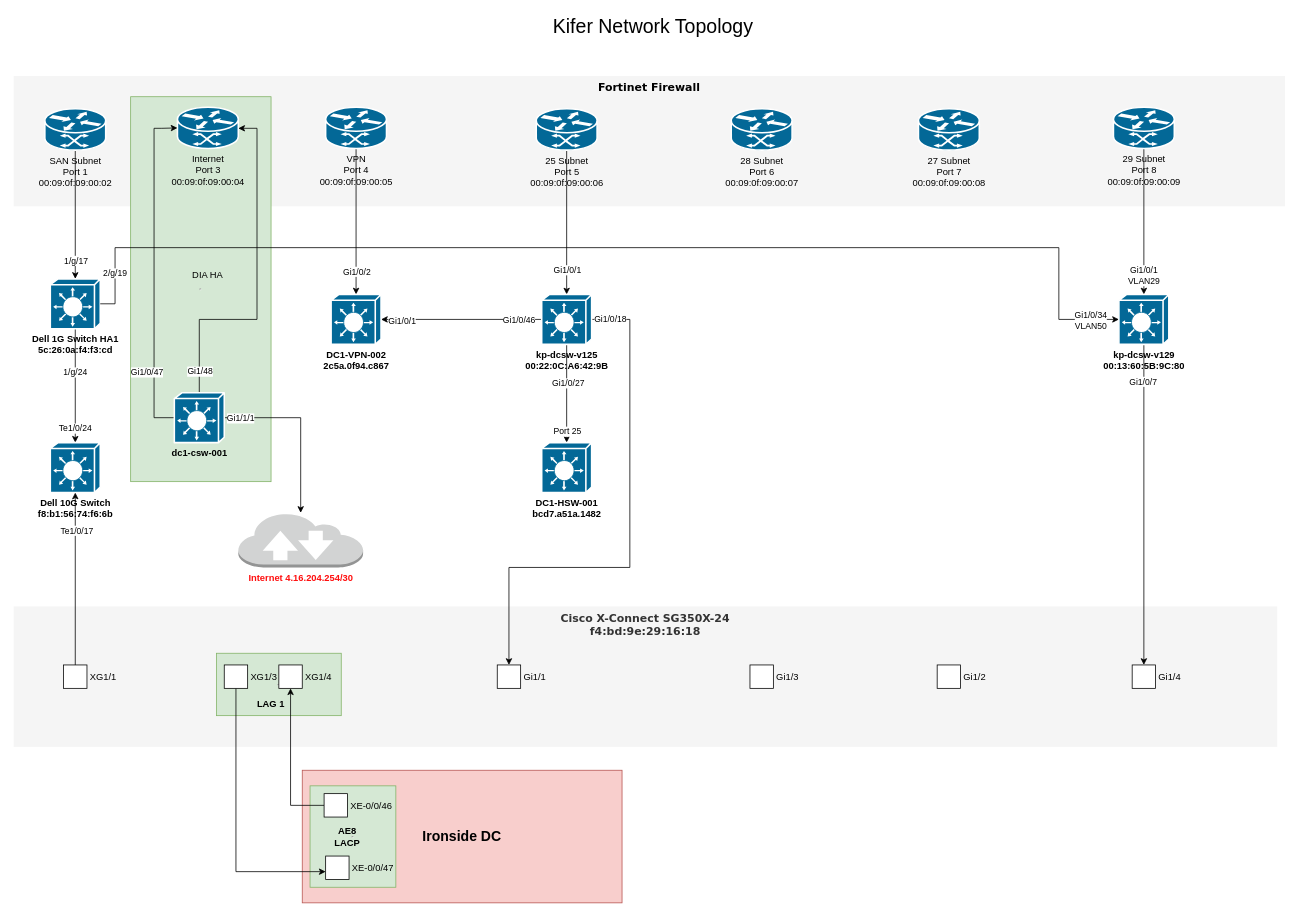
This is Kifer.drawio from nhackl/Draw.io, a draw.io file, before an edit. Source tidied: cells renumbered, new cells numbered last; positions are measured from the earlier drawing's top-left corner, leaving out a move shared by most shapes. Both pictures are drawn from the tidied source at 78%, with x=0, y=0 at pixel (13, 13).
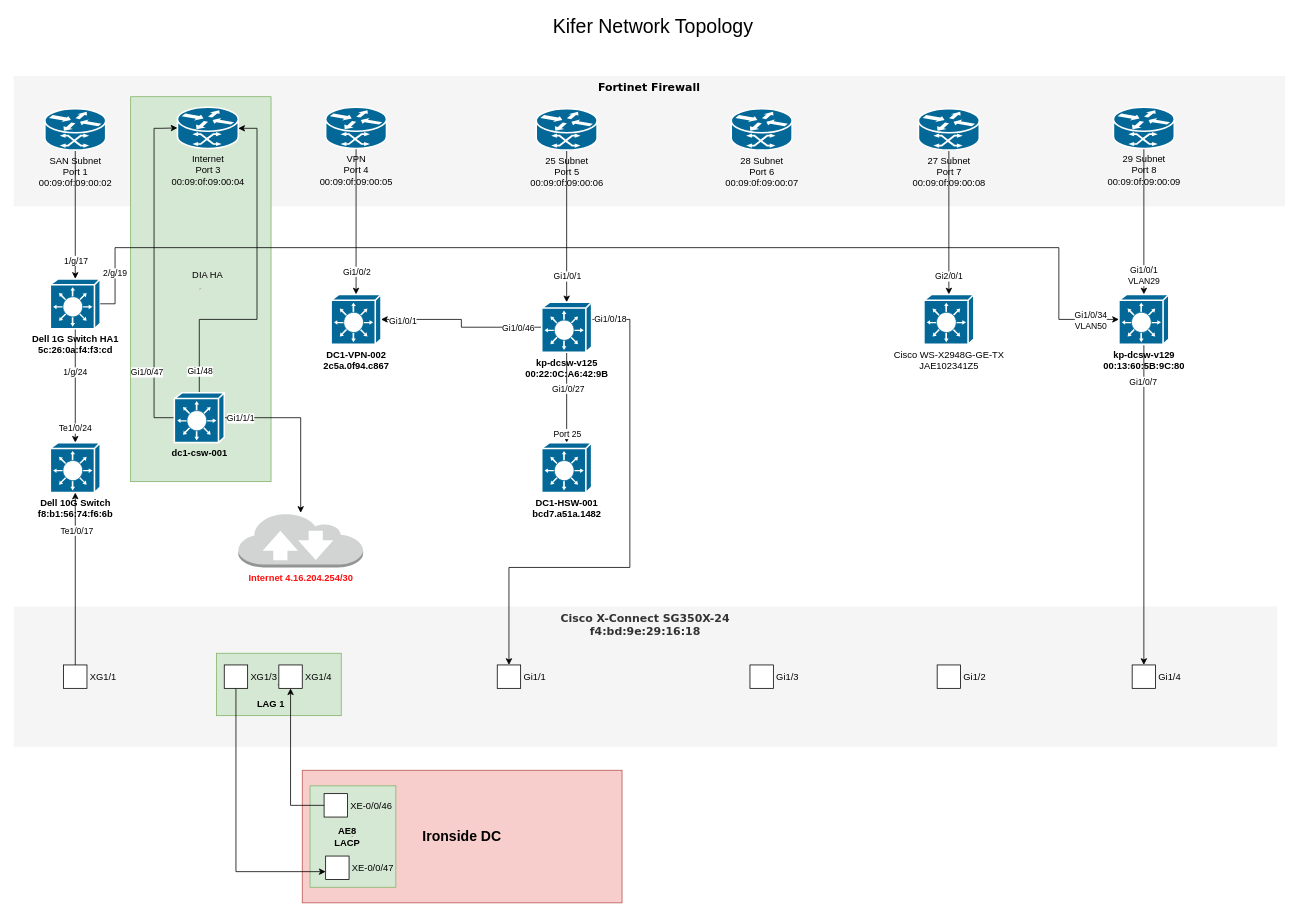
The same diagram, later.

Unchanged cells that the change refers to:
```xml
<mxCell id="11" value="&lt;div&gt;27 Subnet&lt;/div&gt;&lt;div&gt;Port 7&lt;/div&gt;&lt;div&gt;00:09:0f:09:00:08&lt;/div&gt;" style="shape=mxgraph.cisco.routers.atm_router;sketch=0;html=1;dashed=0;fillColor=#036897;strokeColor=#ffffff;strokeWidth=2;verticalLabelPosition=bottom;verticalAlign=top;align=center;outlineConnect=0;" parent="1" vertex="1">
  <mxGeometry x="1160" y="122" width="78" height="53" as="geometry" />
</mxCell>
```

The edit, as a diff of the source:
```diff
@@
+    <mxCell id="70" style="edgeStyle=orthogonalEdgeStyle;rounded=0;jettySize=auto;html=1;" parent="1" edge="1" source="11" target="72">
+      <mxGeometry relative="1" as="geometry" />
+    </mxCell>
+    <mxCell id="71" value="Gi2/0/1" style="edgeLabel;html=1;align=center;verticalAlign=middle;" parent="70" vertex="1">
+      <mxGeometry x="0.74" y="-1" relative="1" as="geometry" />
+    </mxCell>
@@
     <mxCell id="32" value="&lt;div&gt;&lt;b&gt;kp-dcsw-v125&lt;br&gt;&lt;/b&gt;&lt;/div&gt;&lt;div&gt;&lt;b&gt;00:22:0C:A6:42:9B&lt;/b&gt;&lt;/div&gt;" style="shape=mxgraph.cisco.switches.layer_3_switch;sketch=0;html=1;dashed=0;fillColor=#036897;strokeColor=#ffffff;strokeWidth=2;verticalLabelPosition=bottom;verticalAlign=top;align=center;outlineConnect=0;" parent="1" vertex="1">
-      <mxGeometry x="677" y="360" width="64" height="64" as="geometry" />
+      <mxGeometry x="677" y="370" width="64" height="64" as="geometry" />
     </mxCell>
@@
+    <mxCell id="72" value="&lt;div&gt;Cisco WS-X2948G-GE-TX&lt;/div&gt;&lt;div&gt;JAE102341Z5&lt;/div&gt;&lt;div&gt;&lt;br&gt;&lt;/div&gt;" style="shape=mxgraph.cisco.switches.layer_3_switch;sketch=0;html=1;dashed=0;fillColor=#036897;strokeColor=#ffffff;strokeWidth=2;verticalLabelPosition=bottom;verticalAlign=top;align=center;outlineConnect=0;" parent="1" vertex="1">
+      <mxGeometry x="1167" y="360" width="64" height="64" as="geometry" />
+    </mxCell>
```
